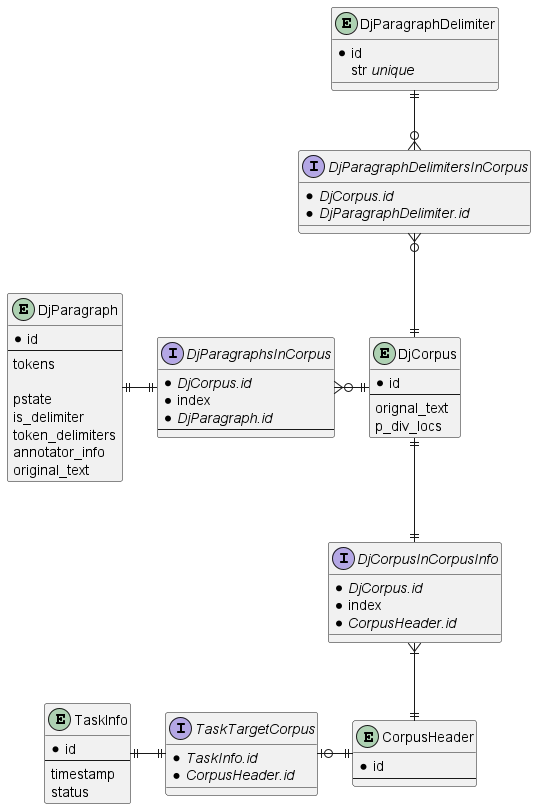
parkchamchi/GlossySnake keeps this PlantUML diagram as docs/design/images/er_dj_serializables.png. Above is the earlier version.
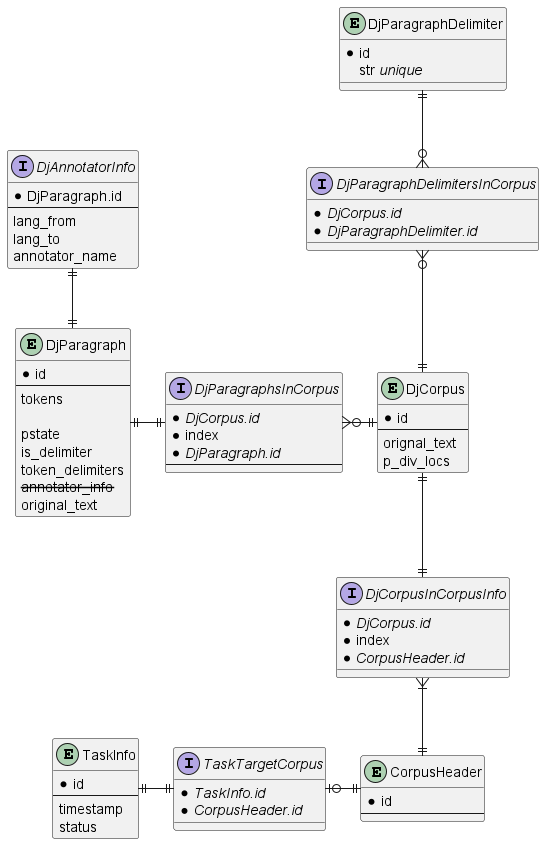
The same file after the commit.

Commit message:
backend: annotator_info

The edit, as a diff of the source:
```diff
@@ -8,9 +8,18 @@
 	pstate
 	is_delimiter
 	token_delimiters
-	annotator_info
+	<strike>annotator_info</strike>
 	original_text
 }
+
+interface DjAnnotatorInfo {
+	*DjParagraph.id
+	--
+	lang_from
+	lang_to
+	annotator_name
+}
+DjParagraph ||-up-|| DjAnnotatorInfo
 
 entity DjCorpus {
 	* id
```
